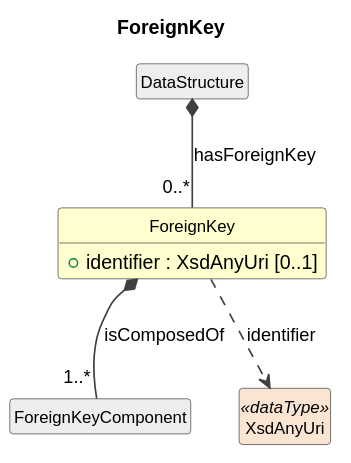
Earlier version of the PlantUML export cdif-uml-model/cdifDataStructure/Classes/ForeignKey.svg (Cross-Domain-Interoperability-Framework/metadataBuildingBlocks).
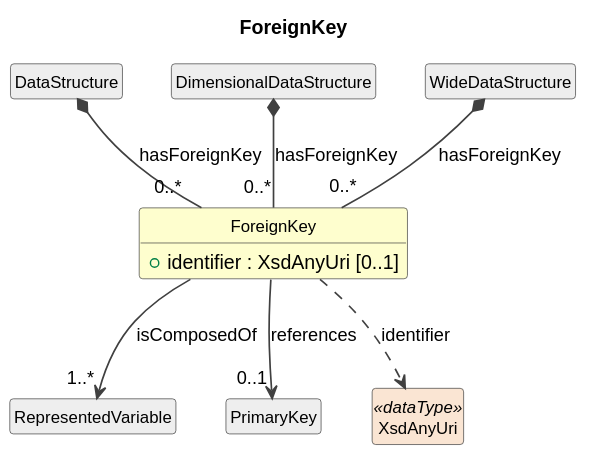
After the commit.

What changed in the source:
```diff
@@ -15,8 +15,14 @@
 }
 class "DataStructure" as DataStructure #EEEEEE
 DataStructure *-- "0..*" ForeignKey : hasForeignKey
-class "ForeignKeyComponent" as ForeignKeyComponent #EEEEEE
-ForeignKey *-- "1..*" ForeignKeyComponent : isComposedOf
+class "DimensionalDataStructure" as DimensionalDataStructure #EEEEEE
+DimensionalDataStructure *-- "0..*" ForeignKey : hasForeignKey
+class "WideDataStructure" as WideDataStructure #EEEEEE
+WideDataStructure *-- "0..*" ForeignKey : hasForeignKey
+class "RepresentedVariable" as RepresentedVariable #EEEEEE
+ForeignKey --> "1..*" RepresentedVariable : isComposedOf
+class "PrimaryKey" as PrimaryKey #EEEEEE
+ForeignKey --> "0..1" PrimaryKey : references
 class "XsdAnyUri" as XsdAnyUri <<dataType>> #FAE5D3
 ForeignKey ..> XsdAnyUri : identifier
 @enduml
```
